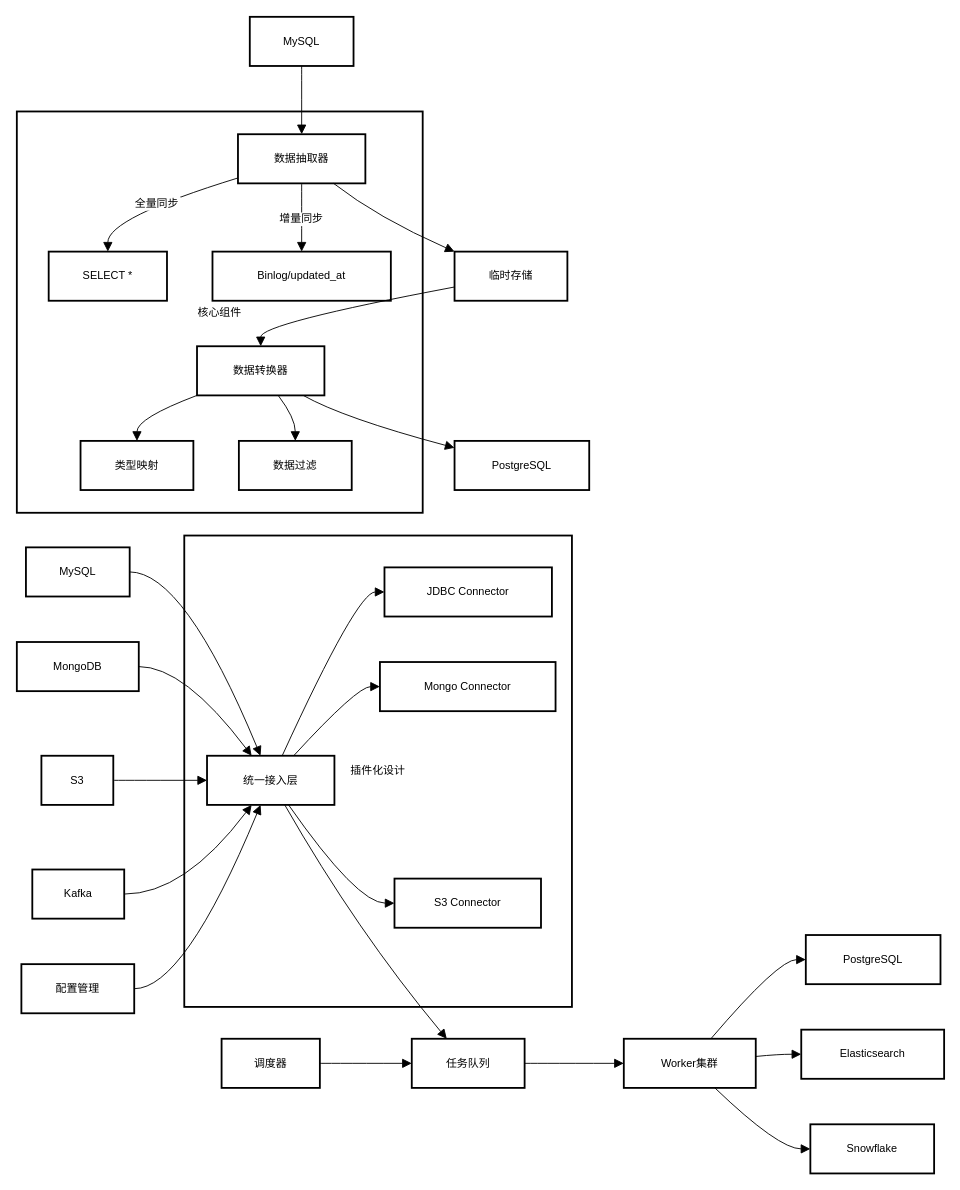
Before: 数据同步平台图.drawio in zhengjiezxxy/zhengjie.github.io, a draw.io diagram. Source tidied: cells renumbered, new cells numbered last; positions are measured from the earlier drawing's top-left corner, leaving out a move shared by most shapes. Both pictures are drawn from the tidied source at 91%, with x=0, y=0 at pixel (16, 16).
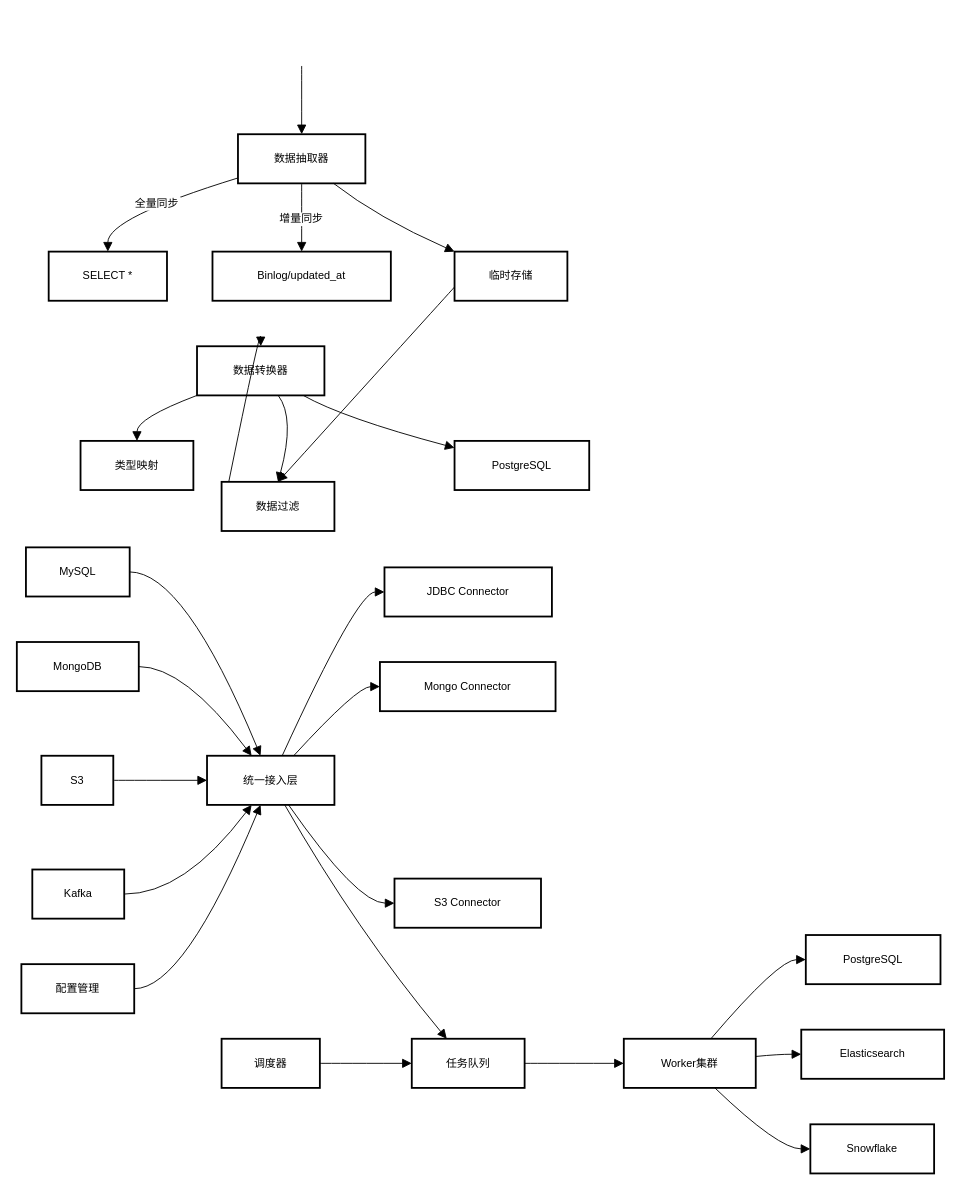
The same page after the edit.

Commit message:
数据同步平台图.drawio

The change refers to these unchanged cells:
```xml
<mxCell id="4" value="数据抽取器" style="whiteSpace=wrap;strokeWidth=2;" parent="1" vertex="1">
  <mxGeometry x="243" y="129" width="140" height="54" as="geometry" />
</mxCell>
<mxCell id="5" value="临时存储" style="whiteSpace=wrap;strokeWidth=2;" parent="1" vertex="1">
  <mxGeometry x="481" y="258" width="124" height="54" as="geometry" />
</mxCell>
<mxCell id="6" value="数据转换器" style="whiteSpace=wrap;strokeWidth=2;" parent="1" vertex="1">
  <mxGeometry x="198" y="362" width="140" height="54" as="geometry" />
</mxCell>
```

Diff of the diagram source:
```diff
@@
-    <mxCell id="2" value="核心组件" style="whiteSpace=wrap;strokeWidth=2;" parent="1" vertex="1">
-      <mxGeometry y="104" width="446" height="441" as="geometry" />
-    </mxCell>
-    <mxCell id="3" value="MySQL" style="whiteSpace=wrap;strokeWidth=2;" parent="1" vertex="1">
-      <mxGeometry x="256" width="114" height="54" as="geometry" />
-    </mxCell>
@@
-    <mxCell id="11" value="数据过滤" style="whiteSpace=wrap;strokeWidth=2;" parent="1" vertex="1">
-      <mxGeometry x="244" y="466" width="124" height="54" as="geometry" />
-    </mxCell>
-    <mxCell id="12" style="curved=1;startArrow=none;endArrow=block;exitX=0.5;exitY=1;entryX=0.5;entryY=0;rounded=0;fontSize=12;startSize=8;endSize=8;" parent="1" edge="1" source="3" target="4">
-      <mxGeometry relative="1" as="geometry" />
+    <mxCell id="12" style="curved=1;startArrow=none;endArrow=block;exitX=0.5;exitY=1;entryX=0.5;entryY=0;rounded=0;fontSize=12;startSize=8;endSize=8;" parent="1" edge="1" target="4">
+      <mxGeometry relative="1" as="geometry">
+        <mxPoint x="313" y="54" as="sourcePoint" />
+      </mxGeometry>
     </mxCell>
@@
-    <mxCell id="14" style="curved=1;startArrow=none;endArrow=block;exitX=0;exitY=0.72;entryX=0.5;entryY=0.01;rounded=0;fontSize=12;startSize=8;endSize=8;" parent="1" edge="1" source="5" target="6">
+    <mxCell id="14" style="curved=1;startArrow=none;endArrow=block;exitX=0;exitY=0.72;entryX=0.5;entryY=0.01;rounded=0;fontSize=12;startSize=8;endSize=8;" parent="1" edge="1" source="11" target="6">
       <mxGeometry relative="1" as="geometry">
         <Array as="points">
           <mxPoint x="268" y="337" />
         </Array>
       </mxGeometry>
     </mxCell>
@@
-    <mxCell id="20" value="插件化设计" style="whiteSpace=wrap;strokeWidth=2;" parent="1" vertex="1">
-      <mxGeometry x="184" y="570" width="426" height="518" as="geometry" />
-    </mxCell>
@@
+    <mxCell id="50" style="curved=1;startArrow=none;endArrow=block;exitX=0;exitY=0.72;entryX=0.5;entryY=0.01;rounded=0;fontSize=12;startSize=8;endSize=8;" parent="1" edge="1" source="5" target="11">
+      <mxGeometry relative="1" as="geometry" />
+    </mxCell>
+    <mxCell id="11" value="数据过滤" style="whiteSpace=wrap;strokeWidth=2;" parent="1" vertex="1">
+      <mxGeometry x="225" y="511" width="124" height="54" as="geometry" />
+    </mxCell>
```
